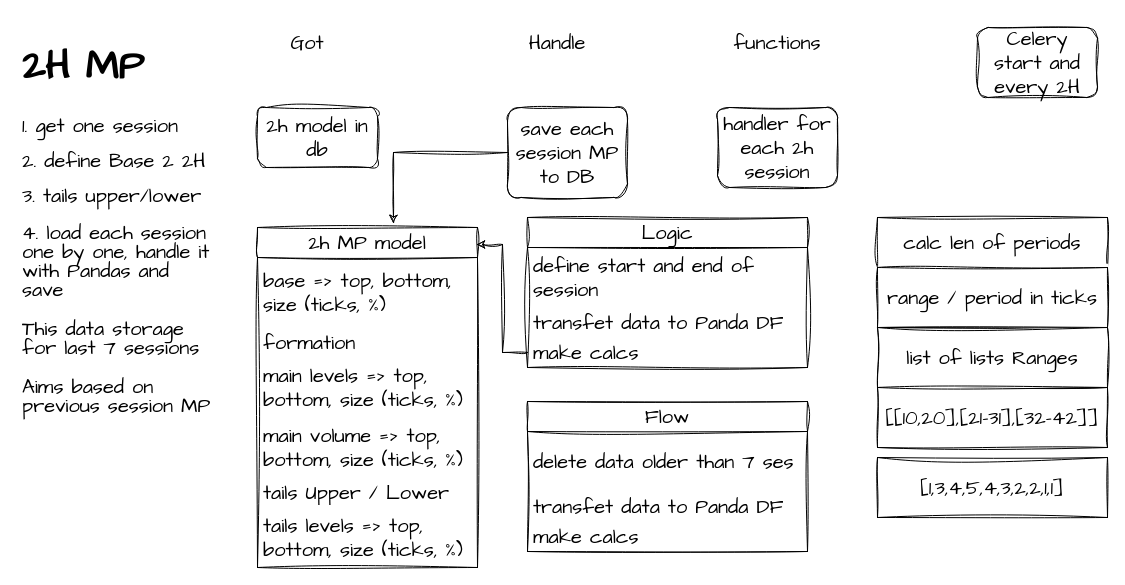
The draw.io diagram page "2h_mp" (3 of 7) of structure.drawio in Kupavtsev/markets_data_handler, before the edit. Source tidied: cells renumbered, new cells numbered last; positions are measured from the earlier drawing's top-left corner, leaving out a move shared by most shapes. Both pictures are drawn from the tidied source at 100%, with x=0, y=0 at pixel (17, 27).
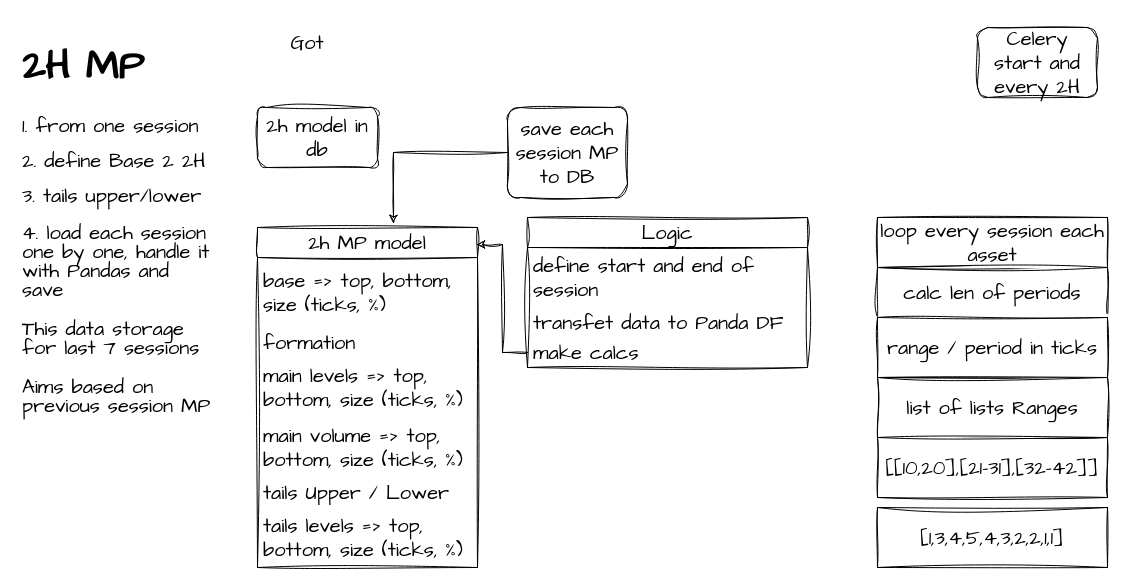
The same diagram, later.

The edit, as a diff of the source:
```diff
@@
-    <mxCell id="3" value="&lt;h1&gt;2H MP&lt;/h1&gt;&lt;p style=&quot;line-height: 75%;&quot;&gt;1. get one session&lt;/p&gt;&lt;p style=&quot;line-height: 75%;&quot;&gt;2. define Base 2 2H&lt;/p&gt;&lt;p style=&quot;line-height: 75%;&quot;&gt;3. tails upper/lower&lt;/p&gt;&lt;p style=&quot;line-height: 95%;&quot;&gt;4. load each session one by one, handle it with Pandas and save&lt;/p&gt;&lt;p style=&quot;line-height: 95%;&quot;&gt;This data storage for last 7 sessions&lt;/p&gt;&lt;p style=&quot;line-height: 95%;&quot;&gt;Aims based on previous session MP&lt;/p&gt;" style="text;html=1;strokeColor=none;fillColor=none;spacing=5;spacingTop=-20;whiteSpace=wrap;overflow=hidden;rounded=0;fontSize=20;fontFamily=Architects Daughter;" parent="1" vertex="1">
+    <mxCell id="3" value="&lt;h1&gt;2H MP&lt;/h1&gt;&lt;p style=&quot;line-height: 75%;&quot;&gt;1. from one session&lt;/p&gt;&lt;p style=&quot;line-height: 75%;&quot;&gt;2. define Base 2 2H&lt;/p&gt;&lt;p style=&quot;line-height: 75%;&quot;&gt;3. tails upper/lower&lt;/p&gt;&lt;p style=&quot;line-height: 95%;&quot;&gt;4. load each session one by one, handle it with Pandas and save&lt;/p&gt;&lt;p style=&quot;line-height: 95%;&quot;&gt;This data storage for last 7 sessions&lt;/p&gt;&lt;p style=&quot;line-height: 95%;&quot;&gt;Aims based on previous session MP&lt;/p&gt;" style="text;html=1;strokeColor=none;fillColor=none;spacing=5;spacingTop=-20;whiteSpace=wrap;overflow=hidden;rounded=0;fontSize=20;fontFamily=Architects Daughter;" parent="1" vertex="1">
       <mxGeometry width="200" height="410" as="geometry" />
     </mxCell>
@@
-    <mxCell id="7" value="Handle" style="text;html=1;strokeColor=none;fillColor=none;align=center;verticalAlign=middle;whiteSpace=wrap;rounded=0;fontSize=20;fontFamily=Architects Daughter;" parent="1" vertex="1">
-      <mxGeometry x="510" width="60" height="30" as="geometry" />
-    </mxCell>
@@
-    <mxCell id="15" value="functions" style="text;html=1;strokeColor=none;fillColor=none;align=center;verticalAlign=middle;whiteSpace=wrap;rounded=0;fontSize=20;fontFamily=Architects Daughter;" parent="1" vertex="1">
-      <mxGeometry x="730" width="60" height="30" as="geometry" />
-    </mxCell>
-    <mxCell id="16" value="handler for each 2h session" style="rounded=1;whiteSpace=wrap;html=1;sketch=1;hachureGap=4;jiggle=2;curveFitting=1;fontFamily=Architects Daughter;fontSize=20;" parent="1" vertex="1">
-      <mxGeometry x="700" y="80" width="120" height="80" as="geometry" />
-    </mxCell>
@@
-    <mxCell id="22" value="Flow" style="swimlane;fontStyle=0;horizontal=1;startSize=30;whiteSpace=wrap;html=1;sketch=1;hachureGap=4;jiggle=2;curveFitting=1;fontFamily=Architects Daughter;fontSize=20;" parent="1" vertex="1">
-      <mxGeometry x="510" y="374" width="280" height="150" as="geometry" />
-    </mxCell>
-    <mxCell id="23" value="delete data older than 7 ses" style="text;strokeColor=none;fillColor=none;align=left;verticalAlign=middle;spacingLeft=4;spacingRight=4;overflow=hidden;whiteSpace=wrap;html=1;fontSize=20;fontFamily=Architects Daughter;" parent="22" vertex="1">
-      <mxGeometry y="30" width="280" height="60" as="geometry" />
-    </mxCell>
-    <mxCell id="24" value="transfet data to Panda DF" style="text;strokeColor=none;fillColor=none;align=left;verticalAlign=middle;spacingLeft=4;spacingRight=4;overflow=hidden;whiteSpace=wrap;html=1;fontSize=20;fontFamily=Architects Daughter;" parent="22" vertex="1">
-      <mxGeometry y="90" width="280" height="30" as="geometry" />
-    </mxCell>
-    <mxCell id="25" value="make calcs" style="text;strokeColor=none;fillColor=none;align=left;verticalAlign=middle;spacingLeft=4;spacingRight=4;overflow=hidden;whiteSpace=wrap;html=1;fontSize=20;fontFamily=Architects Daughter;" parent="22" vertex="1">
-      <mxGeometry y="120" width="280" height="30" as="geometry" />
-    </mxCell>
@@
     <mxCell id="27" value="calc len of periods" style="rounded=0;whiteSpace=wrap;html=1;sketch=1;hachureGap=4;jiggle=2;curveFitting=1;fontFamily=Architects Daughter;fontSize=20;" parent="1" vertex="1">
-      <mxGeometry x="860" y="190" width="230" height="50" as="geometry" />
+      <mxGeometry x="860" y="240" width="230" height="50" as="geometry" />
     </mxCell>
     <mxCell id="28" value="range / period in ticks" style="rounded=0;whiteSpace=wrap;html=1;sketch=1;hachureGap=4;jiggle=2;curveFitting=1;fontFamily=Architects Daughter;fontSize=20;" parent="1" vertex="1">
-      <mxGeometry x="860" y="240" width="230" height="60" as="geometry" />
+      <mxGeometry x="860" y="290" width="230" height="60" as="geometry" />
     </mxCell>
     <mxCell id="29" value="list of lists Ranges" style="rounded=0;whiteSpace=wrap;html=1;sketch=1;hachureGap=4;jiggle=2;curveFitting=1;fontFamily=Architects Daughter;fontSize=20;" parent="1" vertex="1">
-      <mxGeometry x="860" y="300" width="230" height="60" as="geometry" />
+      <mxGeometry x="860" y="350" width="230" height="60" as="geometry" />
     </mxCell>
     <mxCell id="30" value="[[10,20],[21-31],[32-42]]" style="rounded=0;whiteSpace=wrap;html=1;sketch=1;hachureGap=4;jiggle=2;curveFitting=1;fontFamily=Architects Daughter;fontSize=20;" parent="1" vertex="1">
-      <mxGeometry x="860" y="360" width="230" height="60" as="geometry" />
+      <mxGeometry x="860" y="410" width="230" height="60" as="geometry" />
     </mxCell>
     <mxCell id="31" value="[1,3,4,5,4,3,2,2,1,1]" style="rounded=0;whiteSpace=wrap;html=1;sketch=1;hachureGap=4;jiggle=2;curveFitting=1;fontFamily=Architects Daughter;fontSize=20;" parent="1" vertex="1">
-      <mxGeometry x="860" y="430" width="230" height="60" as="geometry" />
+      <mxGeometry x="860" y="480" width="230" height="60" as="geometry" />
     </mxCell>
+    <mxCell id="32" value="loop every session each asset" style="rounded=0;whiteSpace=wrap;html=1;sketch=1;hachureGap=4;jiggle=2;curveFitting=1;fontFamily=Architects Daughter;fontSize=20;" parent="1" vertex="1">
+      <mxGeometry x="860" y="190" width="230" height="50" as="geometry" />
+    </mxCell>
```
